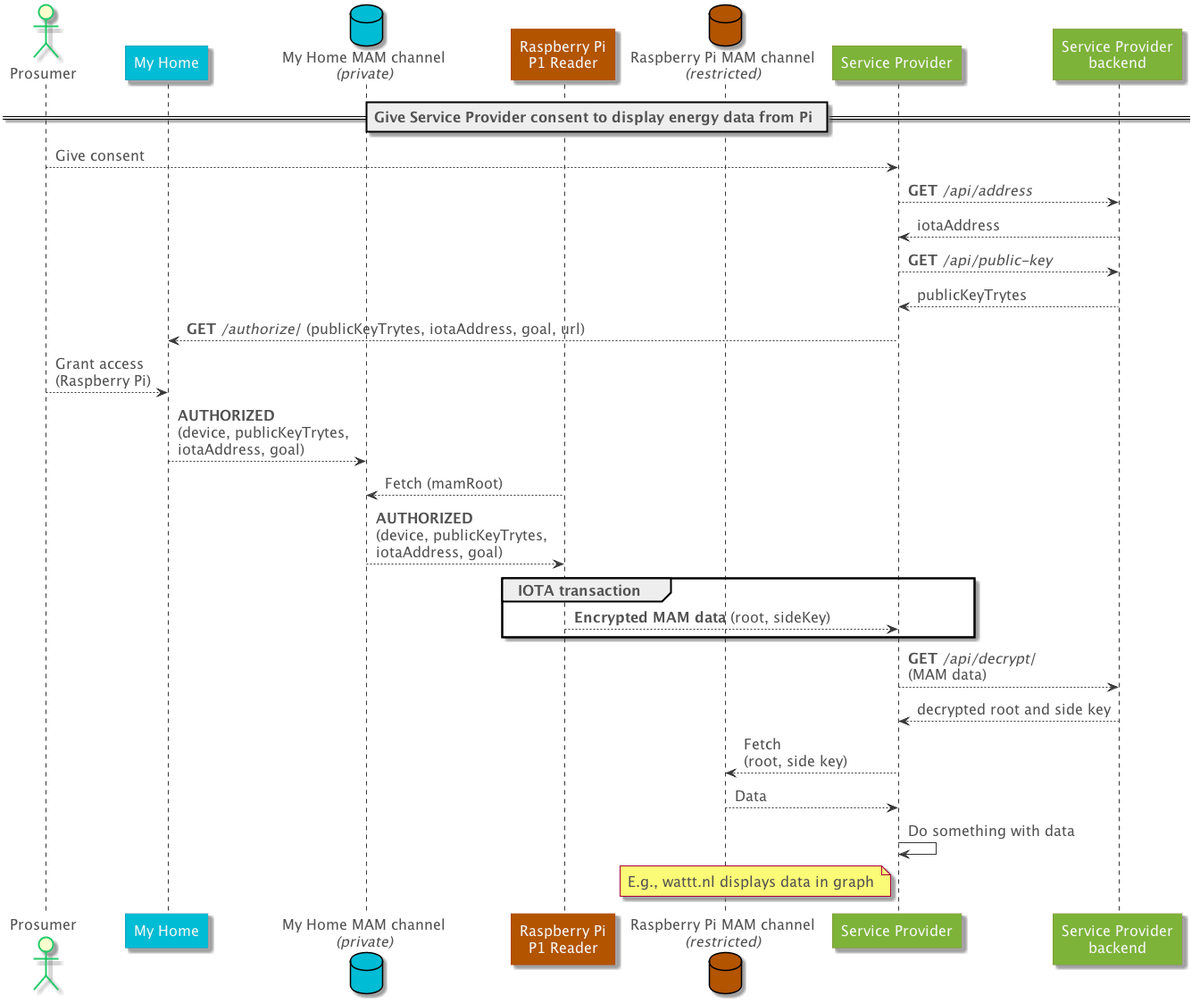
alliander-opensource/decentralized-auth keeps this PlantUML diagram as docs/assets/sequence-diagram-give-consent.png. Above is the earlier version.
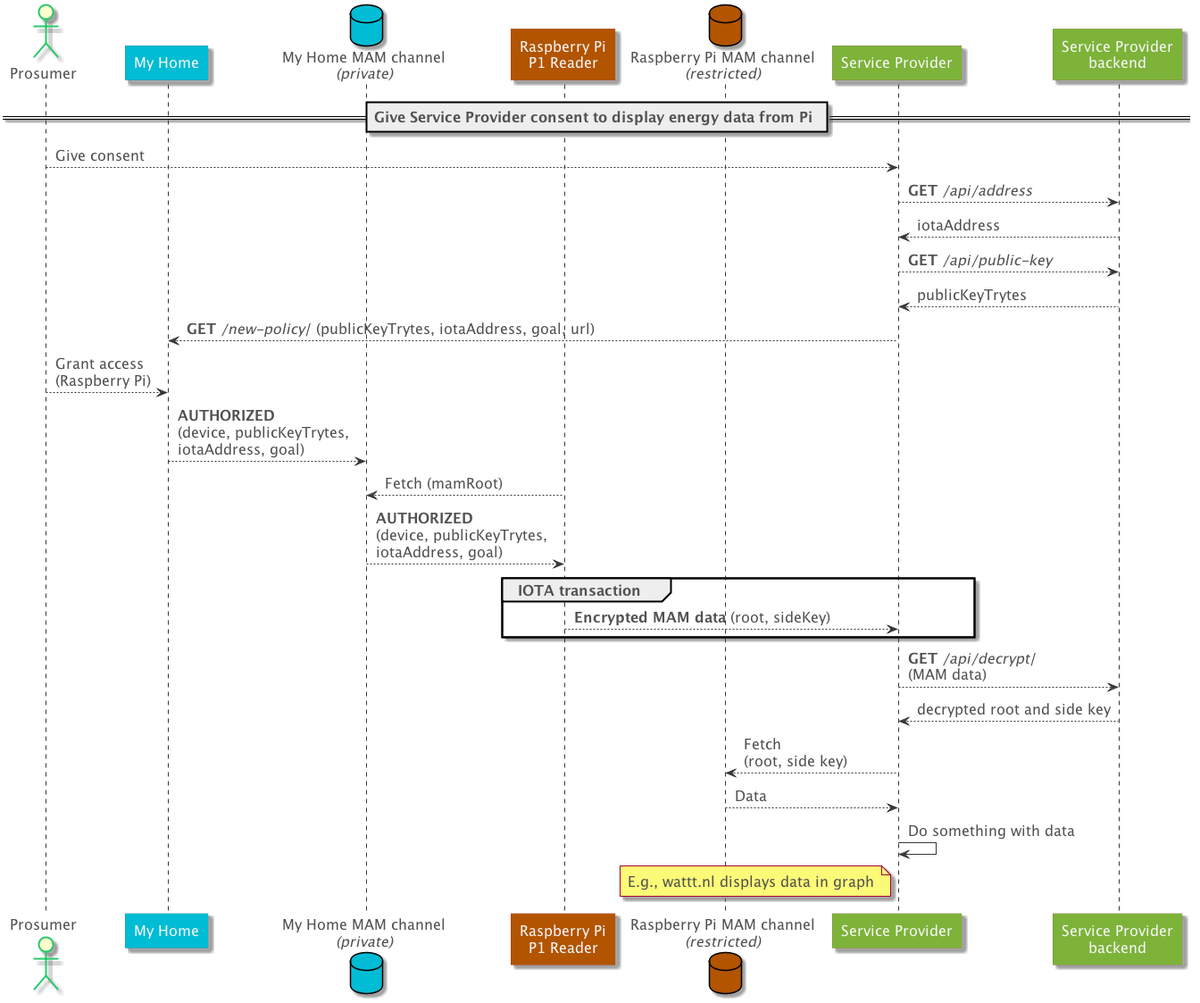
After the commit.

Commit message:
doc: rename authorize to new-policy

What changed in the source:
```diff
@@ -33,7 +33,7 @@
 service_provider <-- service_provider_backend : iotaAddress
 service_provider --> service_provider_backend : **GET** ///api/public-key//
 service_provider <-- service_provider_backend : publicKeyTrytes
-my_home <-- service_provider : **GET** ///authorize/// (publicKeyTrytes, iotaAddress, goal, url)
+my_home <-- service_provider : **GET** ///new-policy/// (publicKeyTrytes, iotaAddress, goal, url)
 prosumer --> my_home : Grant access\n(Raspberry Pi)
 my_home --> my_home_mam : **AUTHORIZED** \n(device, publicKeyTrytes,\niotaAddress, goal)
 my_home_mam <-- raspberry_pi : Fetch (mamRoot)
```
